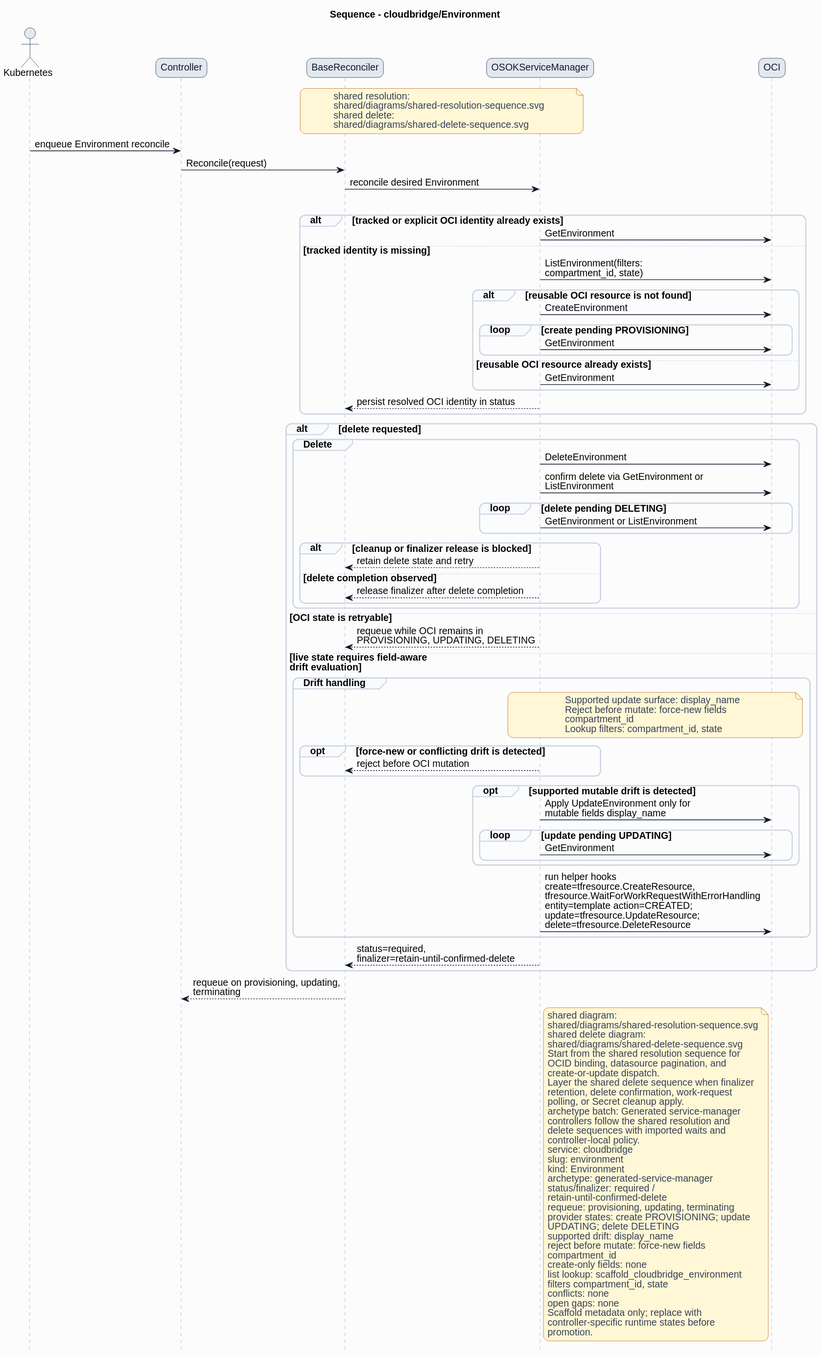
The PlantUML diagram formal/controllers/cloudbridge/environment/diagrams/sequence.svg in HaoyL666/oci-service-operator, before a commit.
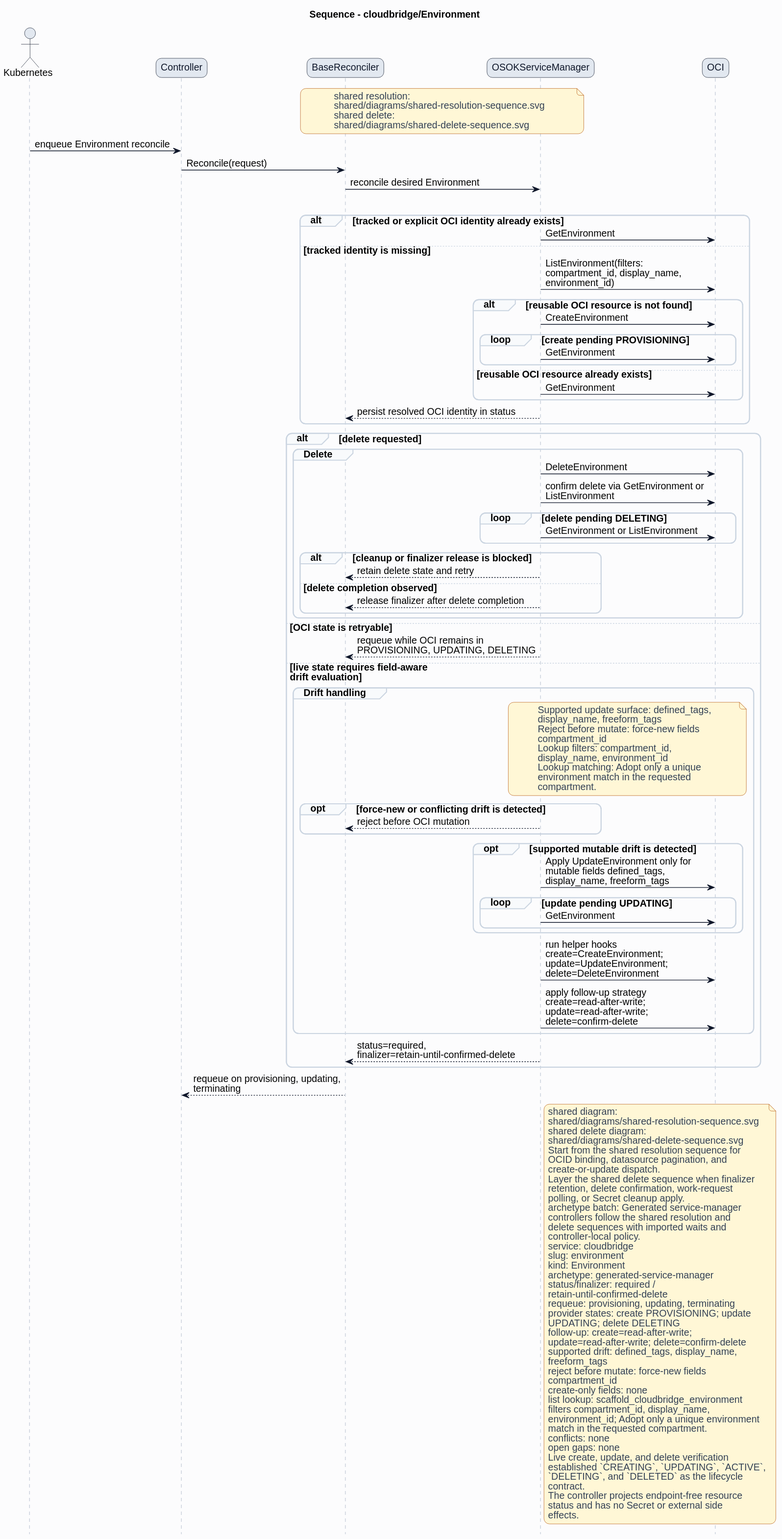
The same file after the commit.

The edit, as a diff of the source:
```diff
@@ -38,7 +38,7 @@
 alt tracked or explicit OCI identity already exists
 ServiceManager -> OCI: GetEnvironment
 else tracked identity is missing
-ServiceManager -> OCI: ListEnvironment(filters:\ncompartment_id, state)
+ServiceManager -> OCI: ListEnvironment(filters:\ncompartment_id, display_name,\nenvironment_id)
 alt reusable OCI resource is not found
 ServiceManager -> OCI: CreateEnvironment
 loop create pending PROVISIONING
@@ -67,21 +67,27 @@
 else live state requires field-aware\ndrift evaluation
 group Drift handling
 note over ServiceManager,OCI
-Supported update surface: display_name
+Supported update surface: defined_tags,
+display_name, freeform_tags
 Reject before mutate: force-new fields
 compartment_id
-Lookup filters: compartment_id, state
+Lookup filters: compartment_id,
+display_name, environment_id
+Lookup matching: Adopt only a unique
+environment match in the requested
+compartment.
 end note
 opt force-new or conflicting drift is detected
 ServiceManager --> BaseReconciler: reject before OCI mutation
 end
 opt supported mutable drift is detected
-ServiceManager -> OCI: Apply UpdateEnvironment only for\nmutable fields display_name
+ServiceManager -> OCI: Apply UpdateEnvironment only for\nmutable fields defined_tags,\ndisplay_name, freeform_tags
 loop update pending UPDATING
 ServiceManager -> OCI: GetEnvironment
 end
 end
-ServiceManager -> OCI: run helper hooks\ncreate=tfresource.CreateResource,\ntfresource.WaitForWorkRequestWithErrorHandling\nentity=template action=CREATED;\nupdate=tfresource.UpdateResource;\ndelete=tfresource.DeleteResource
+ServiceManager -> OCI: run helper hooks\ncreate=CreateEnvironment;\nupdate=UpdateEnvironment;\ndelete=DeleteEnvironment
+ServiceManager -> OCI: apply follow-up strategy\ncreate=read-after-write;\nupdate=read-after-write;\ndelete=confirm-delete
 end
 ServiceManager --> BaseReconciler: status=required,\nfinalizer=retain-until-confirmed-delete
 end
@@ -110,16 +116,25 @@
 requeue: provisioning, updating, terminating
 provider states: create PROVISIONING; update
 UPDATING; delete DELETING
-supported drift: display_name
+follow-up: create=read-after-write;
+update=read-after-write; delete=confirm-delete
+supported drift: defined_tags, display_name,
+freeform_tags
 reject before mutate: force-new fields
 compartment_id
 create-only fields: none
 list lookup: scaffold_cloudbridge_environment
-filters compartment_id, state
+filters compartment_id, display_name,
+environment_id; Adopt only a unique environment
+match in the requested compartment.
 conflicts: none
 open gaps: none
-Scaffold metadata only; replace with
-controller-specific runtime states before
-promotion.
+Live create, update, and delete verification
+established `CREATING`, `UPDATING`, `ACTIVE`,
+`DELETING`, and `DELETED` as the lifecycle
+contract.
+The controller projects endpoint-free resource
+status and has no Secret or external side
+effects.
 end note
 @enduml
```
